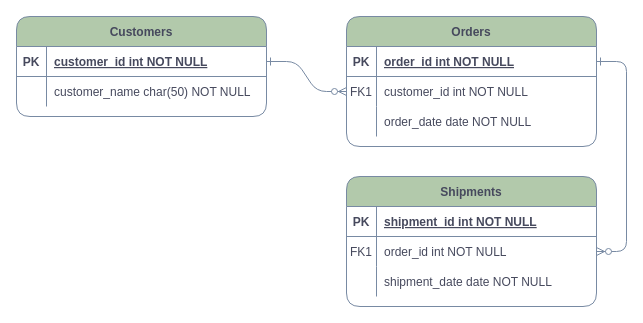
Above: NAI_E-R.drawio in xianghuzhao/chart (draw.io), before the change. Source tidied: cells renumbered, new cells numbered last; positions are measured from the earlier drawing's top-left corner, leaving out a move shared by most shapes. Both pictures are drawn from the tidied source at 100%, with x=0, y=0 at pixel (16, 16).
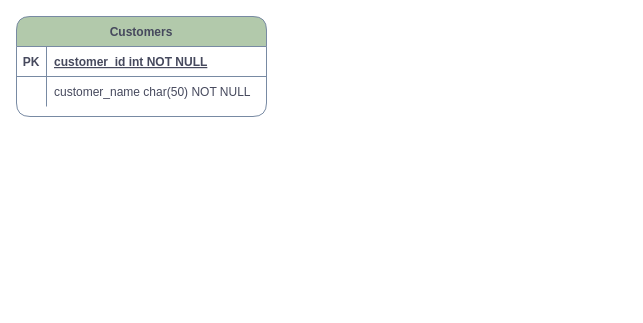
The same page after the edit.

Unchanged cells that the change refers to:
```xml
<mxCell id="25" style="shape=partialRectangle;fillColor=none;points=[[0,0.5],[1,0.5]];portConstraint=eastwest;top=0;left=0;right=0;bottom=1;rounded=1;strokeColor=#788AA3;fontColor=#46495D;" parent="24" vertex="1">
  <mxGeometry y="30" width="250" height="30" as="geometry" />
</mxCell>
```

Diff of the diagram source:
```diff
@@
-    <mxCell id="2" style="edgeStyle=entityRelationEdgeStyle;endArrow=ERzeroToMany;startArrow=ERone;endFill=1;startFill=0;strokeColor=#788AA3;fontColor=#46495D;rounded=1;" parent="1" edge="1" source="25" target="8">
-      <mxGeometry relative="1" as="geometry" />
-    </mxCell>
-    <mxCell id="3" style="edgeStyle=entityRelationEdgeStyle;endArrow=ERzeroToMany;startArrow=ERone;endFill=1;startFill=0;strokeColor=#788AA3;fontColor=#46495D;rounded=1;" parent="1" edge="1" source="5" target="18">
-      <mxGeometry relative="1" as="geometry" />
-    </mxCell>
-    <mxCell id="4" value="Orders" style="shape=table;startSize=30;childLayout=tableLayout;rowLines=0;fontStyle=1;align=center;rounded=1;fillColor=#B2C9AB;strokeColor=#788AA3;fontColor=#46495D;" parent="1" vertex="1">
-      <mxGeometry x="330" width="250" height="130" as="geometry" />
-    </mxCell>
-    <mxCell id="5" style="shape=partialRectangle;fillColor=none;points=[[0,0.5],[1,0.5]];portConstraint=eastwest;top=0;left=0;right=0;bottom=1;rounded=1;strokeColor=#788AA3;fontColor=#46495D;" parent="4" vertex="1">
-      <mxGeometry y="30" width="250" height="30" as="geometry" />
-    </mxCell>
-    <mxCell id="6" value="PK" style="shape=partialRectangle;overflow=hidden;fillColor=none;top=0;left=0;bottom=0;right=0;fontStyle=1;rounded=1;strokeColor=#788AA3;fontColor=#46495D;" parent="5" vertex="1">
-      <mxGeometry width="30" height="30" as="geometry" />
-    </mxCell>
-    <mxCell id="7" value="order_id int NOT NULL " style="shape=partialRectangle;overflow=hidden;fillColor=none;top=0;left=0;bottom=0;right=0;align=left;spacingLeft=6;fontStyle=5;rounded=1;strokeColor=#788AA3;fontColor=#46495D;" parent="5" vertex="1">
-      <mxGeometry x="30" width="220" height="30" as="geometry" />
-    </mxCell>
-    <mxCell id="8" style="shape=partialRectangle;fillColor=none;points=[[0,0.5],[1,0.5]];portConstraint=eastwest;top=0;left=0;right=0;bottom=0;rounded=1;strokeColor=#788AA3;fontColor=#46495D;" parent="4" vertex="1">
-      <mxGeometry y="60" width="250" height="30" as="geometry" />
-    </mxCell>
-    <mxCell id="9" value="FK1" style="shape=partialRectangle;overflow=hidden;fillColor=none;top=0;left=0;bottom=0;right=0;rounded=1;strokeColor=#788AA3;fontColor=#46495D;" parent="8" vertex="1">
-      <mxGeometry width="30" height="30" as="geometry" />
-    </mxCell>
-    <mxCell id="10" value="customer_id int NOT NULL" style="shape=partialRectangle;overflow=hidden;fillColor=none;top=0;left=0;bottom=0;right=0;align=left;spacingLeft=6;rounded=1;strokeColor=#788AA3;fontColor=#46495D;" parent="8" vertex="1">
-      <mxGeometry x="30" width="220" height="30" as="geometry" />
-    </mxCell>
-    <mxCell id="11" style="shape=partialRectangle;fillColor=none;top=0;left=0;right=0;bottom=0;rounded=1;strokeColor=#788AA3;fontColor=#46495D;" parent="4" vertex="1">
-      <mxGeometry y="90" width="250" height="30" as="geometry" />
-    </mxCell>
-    <mxCell id="12" style="shape=partialRectangle;overflow=hidden;fillColor=none;top=0;left=0;bottom=0;right=0;rounded=1;strokeColor=#788AA3;fontColor=#46495D;" parent="11" vertex="1">
-      <mxGeometry width="30" height="30" as="geometry" />
-    </mxCell>
-    <mxCell id="13" value="order_date date NOT NULL" style="shape=partialRectangle;overflow=hidden;fillColor=none;top=0;left=0;bottom=0;right=0;align=left;spacingLeft=6;rounded=1;strokeColor=#788AA3;fontColor=#46495D;" parent="11" vertex="1">
-      <mxGeometry x="30" width="220" height="30" as="geometry" />
-    </mxCell>
-    <mxCell id="14" value="Shipments" style="shape=table;startSize=30;childLayout=tableLayout;rowLines=0;fontStyle=1;align=center;rounded=1;fillColor=#B2C9AB;strokeColor=#788AA3;fontColor=#46495D;" parent="1" vertex="1">
-      <mxGeometry x="330" y="160" width="250" height="130" as="geometry" />
-    </mxCell>
-    <mxCell id="15" style="shape=partialRectangle;fillColor=none;top=0;left=0;right=0;bottom=1;rounded=1;strokeColor=#788AA3;fontColor=#46495D;" parent="14" vertex="1">
-      <mxGeometry y="30" width="250" height="30" as="geometry" />
-    </mxCell>
-    <mxCell id="16" value="PK" style="shape=partialRectangle;overflow=hidden;fillColor=none;top=0;left=0;bottom=0;right=0;fontStyle=1;rounded=1;strokeColor=#788AA3;fontColor=#46495D;" parent="15" vertex="1">
-      <mxGeometry width="30" height="30" as="geometry" />
-    </mxCell>
-    <mxCell id="17" value="shipment_id int NOT NULL " style="shape=partialRectangle;overflow=hidden;fillColor=none;top=0;left=0;bottom=0;right=0;align=left;spacingLeft=6;fontStyle=5;rounded=1;strokeColor=#788AA3;fontColor=#46495D;" parent="15" vertex="1">
-      <mxGeometry x="30" width="220" height="30" as="geometry" />
-    </mxCell>
-    <mxCell id="18" style="shape=partialRectangle;fillColor=none;points=[[0,0.5],[1,0.5]];portConstraint=eastwest;top=0;left=0;right=0;bottom=0;rounded=1;strokeColor=#788AA3;fontColor=#46495D;" parent="14" vertex="1">
-      <mxGeometry y="60" width="250" height="30" as="geometry" />
-    </mxCell>
-    <mxCell id="19" value="FK1" style="shape=partialRectangle;overflow=hidden;fillColor=none;top=0;left=0;bottom=0;right=0;rounded=1;strokeColor=#788AA3;fontColor=#46495D;" parent="18" vertex="1">
-      <mxGeometry width="30" height="30" as="geometry" />
-    </mxCell>
-    <mxCell id="20" value="order_id int NOT NULL" style="shape=partialRectangle;overflow=hidden;fillColor=none;top=0;left=0;bottom=0;right=0;align=left;spacingLeft=6;rounded=1;strokeColor=#788AA3;fontColor=#46495D;" parent="18" vertex="1">
-      <mxGeometry x="30" width="220" height="30" as="geometry" />
-    </mxCell>
-    <mxCell id="21" style="shape=partialRectangle;fillColor=none;top=0;left=0;right=0;bottom=0;rounded=1;strokeColor=#788AA3;fontColor=#46495D;" parent="14" vertex="1">
-      <mxGeometry y="90" width="250" height="30" as="geometry" />
-    </mxCell>
-    <mxCell id="22" style="shape=partialRectangle;overflow=hidden;fillColor=none;top=0;left=0;bottom=0;right=0;rounded=1;strokeColor=#788AA3;fontColor=#46495D;" parent="21" vertex="1">
-      <mxGeometry width="30" height="30" as="geometry" />
-    </mxCell>
-    <mxCell id="23" value="shipment_date date NOT NULL" style="shape=partialRectangle;overflow=hidden;fillColor=none;top=0;left=0;bottom=0;right=0;align=left;spacingLeft=6;rounded=1;strokeColor=#788AA3;fontColor=#46495D;" parent="21" vertex="1">
-      <mxGeometry x="30" width="220" height="30" as="geometry" />
-    </mxCell>
```
